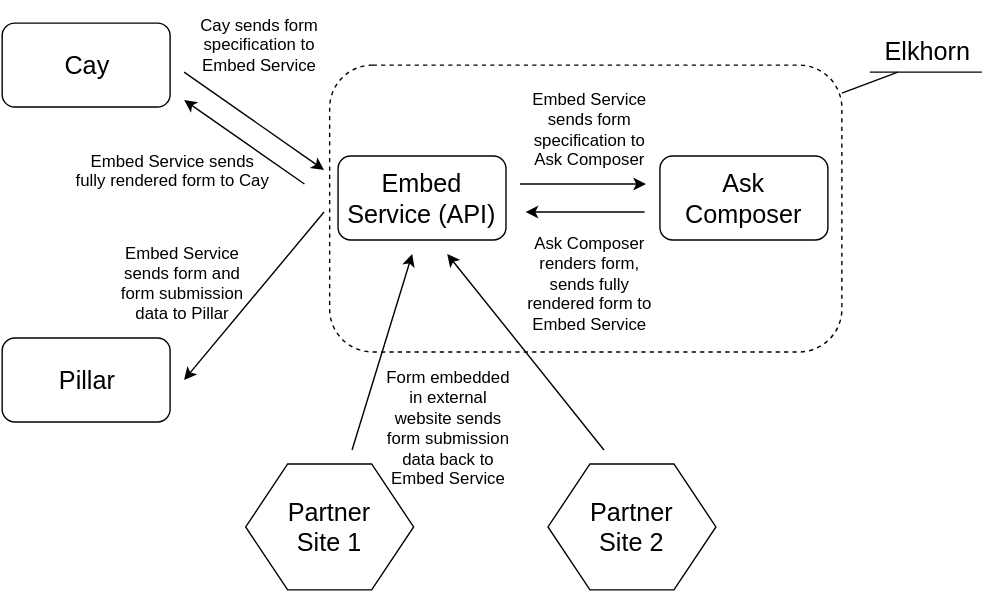
Before: docs_dir/images/elkhorn-architecture.svg, a diagram exported from draw.io (coralproject/ask-docs). Source tidied: cells renumbered, new cells last; positions are measured from the earlier drawing's top-left corner, leaving out a move shared by most shapes. Its diagram source:
```xml
<mxGraphModel background="#ffffff">
  <root>
    <mxCell id="0" />
    <mxCell id="1" parent="0" />
    <mxCell id="2" value="&lt;font style=&quot;font-size: 18px&quot;&gt;Cay&lt;/font&gt;" style="rounded=1;whiteSpace=wrap;html=1;fillColor=none;" parent="1" vertex="1">
      <mxGeometry y="15" width="120" height="60" as="geometry" />
    </mxCell>
    <mxCell id="3" value="&lt;font style=&quot;font-size: 18px&quot;&gt;Embed Service (API)&lt;/font&gt;" style="rounded=1;whiteSpace=wrap;html=1;fillColor=none;" parent="1" vertex="1">
      <mxGeometry x="240" y="110" width="120" height="60" as="geometry" />
    </mxCell>
    <mxCell id="4" value="&lt;font style=&quot;font-size: 18px&quot;&gt;Ask Composer&lt;/font&gt;" style="rounded=1;whiteSpace=wrap;html=1;fillColor=none;" parent="1" vertex="1">
      <mxGeometry x="470" y="110" width="120" height="60" as="geometry" />
    </mxCell>
    <mxCell id="5" value="&lt;font style=&quot;font-size: 18px&quot;&gt;Partner&lt;/font&gt;&lt;div&gt;&lt;font style=&quot;font-size: 18px&quot;&gt;Site 1&lt;/font&gt;&lt;/div&gt;" style="shape=hexagon;perimeter=hexagonPerimeter;whiteSpace=wrap;html=1;fillColor=none;" parent="1" vertex="1">
      <mxGeometry x="174" y="330" width="120" height="90" as="geometry" />
    </mxCell>
    <mxCell id="6" value="&lt;font style=&quot;font-size: 18px&quot;&gt;Partner&lt;/font&gt;&lt;div&gt;&lt;font style=&quot;font-size: 18px&quot;&gt;Site 2&lt;/font&gt;&lt;/div&gt;" style="shape=hexagon;perimeter=hexagonPerimeter;whiteSpace=wrap;html=1;fillColor=none;" parent="1" vertex="1">
      <mxGeometry x="390" y="330" width="120" height="90" as="geometry" />
    </mxCell>
    <mxCell id="7" style="endArrow=classic;html=1;" parent="1" edge="1">
      <mxGeometry relative="1" as="geometry">
        <mxPoint x="130" y="50" as="sourcePoint" />
        <mxPoint x="230" y="120" as="targetPoint" />
      </mxGeometry>
    </mxCell>
    <mxCell id="8" value="Cay sends form specification to Embed Service" style="text;html=1;strokeColor=none;fillColor=none;align=center;verticalAlign=middle;whiteSpace=wrap;overflow=hidden;" parent="1" vertex="1">
      <mxGeometry x="134" width="100" height="60" as="geometry" />
    </mxCell>
    <mxCell id="9" style="endArrow=classic;html=1;" parent="1" edge="1">
      <mxGeometry x="271" y="200" as="geometry">
        <mxPoint x="216" y="130" as="sourcePoint" />
        <mxPoint x="130" y="70" as="targetPoint" />
      </mxGeometry>
    </mxCell>
    <mxCell id="10" value="Form embedded in external website sends form submission data back to Embed Service" style="text;html=1;strokeColor=none;fillColor=none;align=center;verticalAlign=middle;whiteSpace=wrap;overflow=hidden;" parent="1" vertex="1">
      <mxGeometry x="269" y="253" width="100" height="100" as="geometry" />
    </mxCell>
    <mxCell id="11" style="endArrow=classic;html=1;" parent="1" edge="1">
      <mxGeometry x="440" y="180" as="geometry">
        <mxPoint x="370" y="130" as="sourcePoint" />
        <mxPoint x="460" y="130" as="targetPoint" />
      </mxGeometry>
    </mxCell>
    <mxCell id="12" style="endArrow=classic;html=1;" parent="1" edge="1">
      <mxGeometry x="514" y="200" as="geometry">
        <mxPoint x="459" y="150" as="sourcePoint" />
        <mxPoint x="374" y="150" as="targetPoint" />
      </mxGeometry>
    </mxCell>
    <mxCell id="13" value="Embed Service sends form specification to Ask Composer" style="text;html=1;strokeColor=none;fillColor=none;align=center;verticalAlign=middle;whiteSpace=wrap;overflow=hidden;" parent="1" vertex="1">
      <mxGeometry x="370" y="60" width="100" height="60" as="geometry" />
    </mxCell>
    <mxCell id="14" value="Ask Composer renders form, sends fully rendered form to Embed Service" style="text;html=1;strokeColor=none;fillColor=none;align=center;verticalAlign=middle;whiteSpace=wrap;overflow=hidden;" parent="1" vertex="1">
      <mxGeometry x="370" y="160" width="100" height="80" as="geometry" />
    </mxCell>
    <mxCell id="15" style="rounded=1;whiteSpace=wrap;html=1;fillColor=none;dashed=1;" parent="1" vertex="1">
      <mxGeometry x="234" y="45" width="366" height="205" as="geometry" />
    </mxCell>
    <mxCell id="16" value="Embed Service sends fully rendered form to Cay" style="text;html=1;strokeColor=none;fillColor=none;align=center;verticalAlign=middle;whiteSpace=wrap;overflow=hidden;" parent="1" vertex="1">
      <mxGeometry x="50" y="90" width="144" height="60" as="geometry" />
    </mxCell>
    <mxCell id="17" value="&lt;font style=&quot;font-size: 18px&quot;&gt;Pillar&lt;/font&gt;" style="rounded=1;whiteSpace=wrap;html=1;fillColor=none;" parent="1" vertex="1">
      <mxGeometry y="240" width="120" height="60" as="geometry" />
    </mxCell>
    <mxCell id="18" value="Embed Service sends form and form submission data to Pillar" style="text;html=1;strokeColor=none;fillColor=none;align=center;verticalAlign=middle;whiteSpace=wrap;overflow=hidden;" parent="1" vertex="1">
      <mxGeometry x="74" y="165" width="110" height="70" as="geometry" />
    </mxCell>
    <mxCell id="19" style="endArrow=classic;html=1;" parent="1" edge="1">
      <mxGeometry relative="1" as="geometry">
        <mxPoint x="250" y="320" as="sourcePoint" />
        <mxPoint x="293" y="180" as="targetPoint" />
      </mxGeometry>
    </mxCell>
    <mxCell id="20" style="endArrow=classic;html=1;" parent="1" edge="1">
      <mxGeometry x="338" y="223" as="geometry">
        <mxPoint x="430" y="320" as="sourcePoint" />
        <mxPoint x="318" y="180" as="targetPoint" />
      </mxGeometry>
    </mxCell>
    <mxCell id="21" value="&lt;font style=&quot;font-size: 18px&quot;&gt;Elkhorn&lt;/font&gt;" style="text;html=1;strokeColor=none;fillColor=none;align=center;verticalAlign=middle;whiteSpace=wrap;overflow=hidden;dashed=1;" parent="1" vertex="1">
      <mxGeometry x="610" y="20" width="100" height="30" as="geometry" />
    </mxCell>
    <mxCell id="22" style="endArrow=none;html=1;" parent="1" edge="1">
      <mxGeometry relative="1" as="geometry">
        <mxPoint x="600" y="65" as="sourcePoint" />
        <mxPoint x="640" y="50" as="targetPoint" />
      </mxGeometry>
    </mxCell>
    <mxCell id="23" style="endArrow=none;html=1;" parent="1" edge="1">
      <mxGeometry relative="1" as="geometry">
        <mxPoint x="620" y="50" as="sourcePoint" />
        <mxPoint x="700" y="50" as="targetPoint" />
      </mxGeometry>
    </mxCell>
    <mxCell id="24" style="endArrow=classic;html=1;" parent="1" edge="1">
      <mxGeometry relative="1" as="geometry">
        <mxPoint x="230" y="150" as="sourcePoint" />
        <mxPoint x="130" y="270" as="targetPoint" />
      </mxGeometry>
    </mxCell>
  </root>
</mxGraphModel>
```
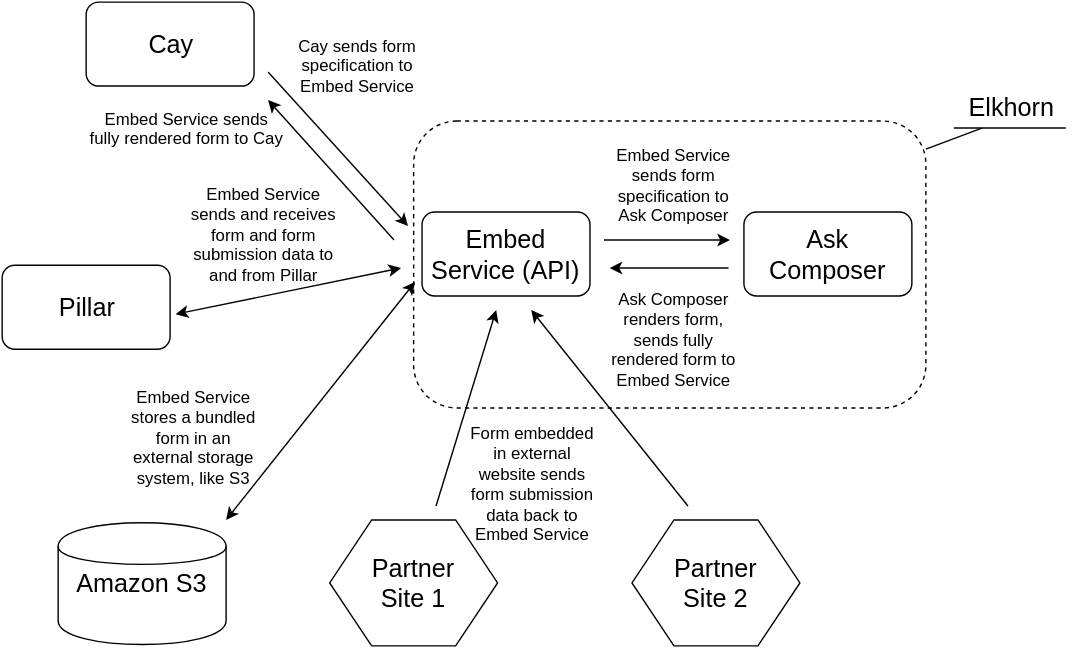
After the change.

Diff of the diagram source:
```diff
@@ -3,7 +3,7 @@
     <mxCell id="0" />
     <mxCell id="1" parent="0" />
     <mxCell id="2" value="&lt;font style=&quot;font-size: 18px&quot;&gt;Cay&lt;/font&gt;" style="rounded=1;whiteSpace=wrap;html=1;fillColor=none;" parent="1" vertex="1">
-      <mxGeometry y="15" width="120" height="60" as="geometry" />
+      <mxGeometry y="-40" width="120" height="60" as="geometry" />
     </mxCell>
     <mxCell id="3" value="&lt;font style=&quot;font-size: 18px&quot;&gt;Embed Service (API)&lt;/font&gt;" style="rounded=1;whiteSpace=wrap;html=1;fillColor=none;" parent="1" vertex="1">
       <mxGeometry x="240" y="110" width="120" height="60" as="geometry" />
@@ -19,17 +19,17 @@
     </mxCell>
     <mxCell id="7" style="endArrow=classic;html=1;" parent="1" edge="1">
       <mxGeometry relative="1" as="geometry">
-        <mxPoint x="130" y="50" as="sourcePoint" />
+        <mxPoint x="130" y="10" as="sourcePoint" />
         <mxPoint x="230" y="120" as="targetPoint" />
       </mxGeometry>
     </mxCell>
     <mxCell id="8" value="Cay sends form specification to Embed Service" style="text;html=1;strokeColor=none;fillColor=none;align=center;verticalAlign=middle;whiteSpace=wrap;overflow=hidden;" parent="1" vertex="1">
-      <mxGeometry x="134" width="100" height="60" as="geometry" />
+      <mxGeometry x="144" y="-25" width="100" height="60" as="geometry" />
     </mxCell>
     <mxCell id="9" style="endArrow=classic;html=1;" parent="1" edge="1">
       <mxGeometry x="271" y="200" as="geometry">
-        <mxPoint x="216" y="130" as="sourcePoint" />
-        <mxPoint x="130" y="70" as="targetPoint" />
+        <mxPoint x="220" y="130" as="sourcePoint" />
+        <mxPoint x="130" y="30" as="targetPoint" />
       </mxGeometry>
     </mxCell>
     <mxCell id="10" value="Form embedded in external website sends form submission data back to Embed Service" style="text;html=1;strokeColor=none;fillColor=none;align=center;verticalAlign=middle;whiteSpace=wrap;overflow=hidden;" parent="1" vertex="1">
@@ -57,13 +57,13 @@
       <mxGeometry x="234" y="45" width="366" height="205" as="geometry" />
     </mxCell>
     <mxCell id="16" value="Embed Service sends fully rendered form to Cay" style="text;html=1;strokeColor=none;fillColor=none;align=center;verticalAlign=middle;whiteSpace=wrap;overflow=hidden;" parent="1" vertex="1">
-      <mxGeometry x="50" y="90" width="144" height="60" as="geometry" />
+      <mxGeometry y="20" width="144" height="60" as="geometry" />
     </mxCell>
     <mxCell id="17" value="&lt;font style=&quot;font-size: 18px&quot;&gt;Pillar&lt;/font&gt;" style="rounded=1;whiteSpace=wrap;html=1;fillColor=none;" parent="1" vertex="1">
-      <mxGeometry y="240" width="120" height="60" as="geometry" />
+      <mxGeometry x="-60" y="148" width="120" height="60" as="geometry" />
     </mxCell>
-    <mxCell id="18" value="Embed Service sends form and form submission data to Pillar" style="text;html=1;strokeColor=none;fillColor=none;align=center;verticalAlign=middle;whiteSpace=wrap;overflow=hidden;" parent="1" vertex="1">
-      <mxGeometry x="74" y="165" width="110" height="70" as="geometry" />
+    <mxCell id="18" value="Embed Service sends and receives form and form submission data to and from Pillar" style="text;html=1;strokeColor=none;fillColor=none;align=center;verticalAlign=middle;whiteSpace=wrap;overflow=hidden;" parent="1" vertex="1">
+      <mxGeometry x="72" y="85" width="110" height="80" as="geometry" />
     </mxCell>
     <mxCell id="19" style="endArrow=classic;html=1;" parent="1" edge="1">
       <mxGeometry relative="1" as="geometry">
@@ -92,11 +92,23 @@
         <mxPoint x="700" y="50" as="targetPoint" />
       </mxGeometry>
     </mxCell>
-    <mxCell id="24" style="endArrow=classic;html=1;" parent="1" edge="1">
-      <mxGeometry relative="1" as="geometry">
-        <mxPoint x="230" y="150" as="sourcePoint" />
-        <mxPoint x="130" y="270" as="targetPoint" />
-      </mxGeometry>
-    </mxCell>
+    <mxCell id="25" value="&lt;font style=&quot;font-size: 18px&quot;&gt;Amazon S3&lt;/font&gt;" style="shape=cylinder;whiteSpace=wrap;html=1;fillColor=none;" parent="1" vertex="1">
+      <mxGeometry x="-20" y="332" width="120" height="87" as="geometry" />
+    </mxCell>
+    <mxCell id="26" style="endArrow=classic;startArrow=classic;html=1;" parent="1" edge="1">
+      <mxGeometry relative="1" as="geometry">
+        <mxPoint x="64" y="183" as="sourcePoint" />
+        <mxPoint x="225" y="150" as="targetPoint" />
+      </mxGeometry>
+    </mxCell>
+    <mxCell id="27" style="endArrow=classic;startArrow=classic;html=1;" parent="1" edge="1">
+      <mxGeometry x="144" y="210" as="geometry">
+        <mxPoint x="100" y="330" as="sourcePoint" />
+        <mxPoint x="235" y="160" as="targetPoint" />
+      </mxGeometry>
+    </mxCell>
+    <mxCell id="28" value="Embed Service stores a bundled form in an external storage system, like S3" style="text;html=1;strokeColor=none;fillColor=none;align=center;verticalAlign=middle;whiteSpace=wrap;overflow=hidden;" parent="1" vertex="1">
+      <mxGeometry x="27" y="230" width="100" height="80" as="geometry" />
+    </mxCell>
   </root>
 </mxGraphModel>
```
